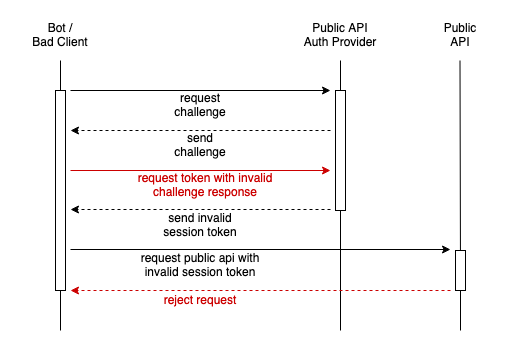
Earlier version of the draw.io export assets/bad-client.png (meinto/anonymous-api-auth-provider). Source tidied: cells renumbered, new cells last; positions are measured from the earlier drawing's top-left corner, leaving out a move shared by most shapes.
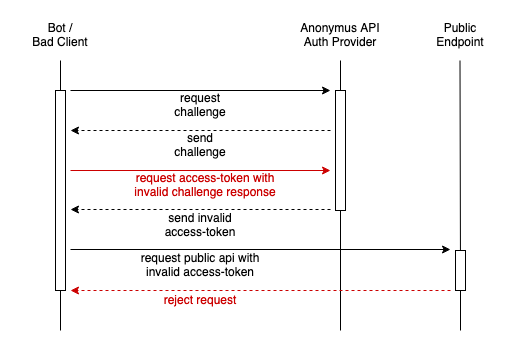
Later version of the same file.

Change to the diagram source:
```diff
@@ -5,10 +5,10 @@
     <mxCell id="2" value="Bot / &lt;br&gt;Bad Client" style="text;html=1;strokeColor=none;fillColor=none;align=center;verticalAlign=middle;whiteSpace=wrap;rounded=0;" parent="1" vertex="1">
       <mxGeometry width="80" height="30" as="geometry" />
     </mxCell>
-    <mxCell id="3" value="Public API Auth Provider" style="text;html=1;strokeColor=none;fillColor=none;align=center;verticalAlign=middle;whiteSpace=wrap;rounded=0;" parent="1" vertex="1">
-      <mxGeometry x="280" width="80" height="30" as="geometry" />
+    <mxCell id="3" value="Anonymus API Auth Provider" style="text;html=1;strokeColor=none;fillColor=none;align=center;verticalAlign=middle;whiteSpace=wrap;rounded=0;" parent="1" vertex="1">
+      <mxGeometry x="270" width="100" height="30" as="geometry" />
     </mxCell>
-    <mxCell id="4" value="&lt;div&gt;Public &lt;br&gt;&lt;/div&gt;&lt;div&gt;API&lt;/div&gt;" style="text;html=1;strokeColor=none;fillColor=none;align=center;verticalAlign=middle;whiteSpace=wrap;rounded=0;" parent="1" vertex="1">
+    <mxCell id="4" value="&lt;div&gt;Public &lt;br&gt;&lt;/div&gt;&lt;div&gt;Endpoint&lt;/div&gt;" style="text;html=1;strokeColor=none;fillColor=none;align=center;verticalAlign=middle;whiteSpace=wrap;rounded=0;" parent="1" vertex="1">
       <mxGeometry x="400" width="80" height="30" as="geometry" />
     </mxCell>
     <mxCell id="5" style="endArrow=none;html=1;rounded=0;startArrow=none;" parent="1" edge="1" source="8">
@@ -63,7 +63,7 @@
         <mxPoint x="310" y="150" as="targetPoint" />
       </mxGeometry>
     </mxCell>
-    <mxCell id="16" value="request token with invalid challenge response" style="text;html=1;strokeColor=none;fillColor=none;align=center;verticalAlign=middle;whiteSpace=wrap;rounded=0;fontColor=#CC0000;" parent="1" vertex="1">
+    <mxCell id="16" value="request access-token with invalid challenge response" style="text;html=1;strokeColor=none;fillColor=none;align=center;verticalAlign=middle;whiteSpace=wrap;rounded=0;fontColor=#CC0000;" parent="1" vertex="1">
       <mxGeometry x="100" y="150" width="170" height="30" as="geometry" />
     </mxCell>
     <mxCell id="17" style="endArrow=classic;html=1;rounded=0;dashed=1;" parent="1" edge="1">
@@ -75,7 +75,7 @@
     <mxCell id="18" value="send challenge" style="text;html=1;strokeColor=none;fillColor=none;align=center;verticalAlign=middle;whiteSpace=wrap;rounded=0;" parent="1" vertex="1">
       <mxGeometry x="150" y="110" width="60" height="30" as="geometry" />
     </mxCell>
-    <mxCell id="19" value="send invalid session token" style="text;html=1;strokeColor=none;fillColor=none;align=center;verticalAlign=middle;whiteSpace=wrap;rounded=0;" parent="1" vertex="1">
+    <mxCell id="19" value="send invalid access-token" style="text;html=1;strokeColor=none;fillColor=none;align=center;verticalAlign=middle;whiteSpace=wrap;rounded=0;" parent="1" vertex="1">
       <mxGeometry x="130" y="190" width="100" height="30" as="geometry" />
     </mxCell>
     <mxCell id="20" style="endArrow=classic;html=1;rounded=0;" parent="1" edge="1">
@@ -92,7 +92,7 @@
         <mxPoint x="440" y="310" as="sourcePoint" />
       </mxGeometry>
     </mxCell>
-    <mxCell id="23" value="request public api with invalid session token" style="text;html=1;strokeColor=none;fillColor=none;align=center;verticalAlign=middle;whiteSpace=wrap;rounded=0;" parent="1" vertex="1">
+    <mxCell id="23" value="request public api with invalid access-token" style="text;html=1;strokeColor=none;fillColor=none;align=center;verticalAlign=middle;whiteSpace=wrap;rounded=0;" parent="1" vertex="1">
       <mxGeometry x="110" y="230" width="140" height="30" as="geometry" />
     </mxCell>
     <mxCell id="24" style="endArrow=classic;html=1;rounded=0;dashed=1;fontColor=#FF0000;strokeColor=#CC0000;" parent="1" edge="1">
```
